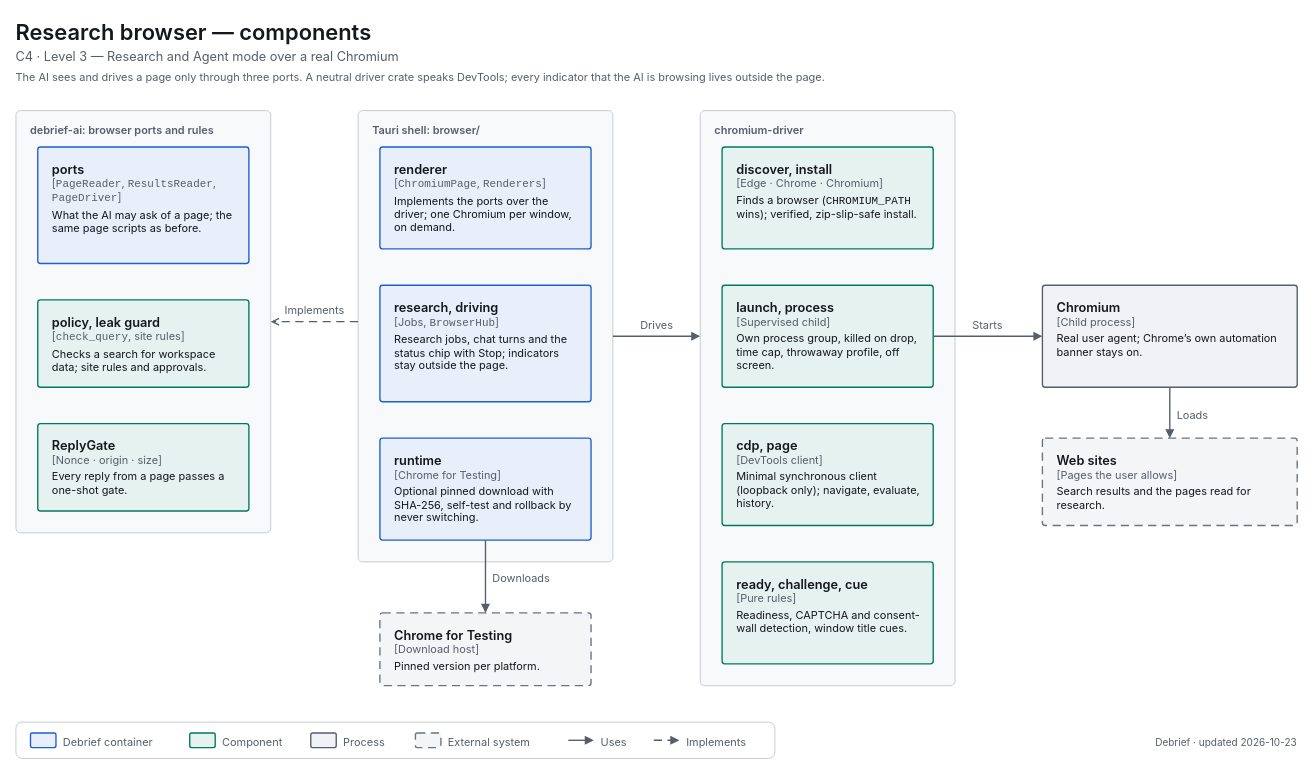
Before: apps/debrief/docs/diagrams/c4-3-research-browser.drawio in decryp7/paddock, a draw.io diagram. Source tidied: cells renumbered, new cells numbered last; positions are measured from the earlier drawing's top-left corner, leaving out a move shared by most shapes. Both pictures are drawn from the tidied source at 91%, with x=0, y=0 at pixel (15, 15).
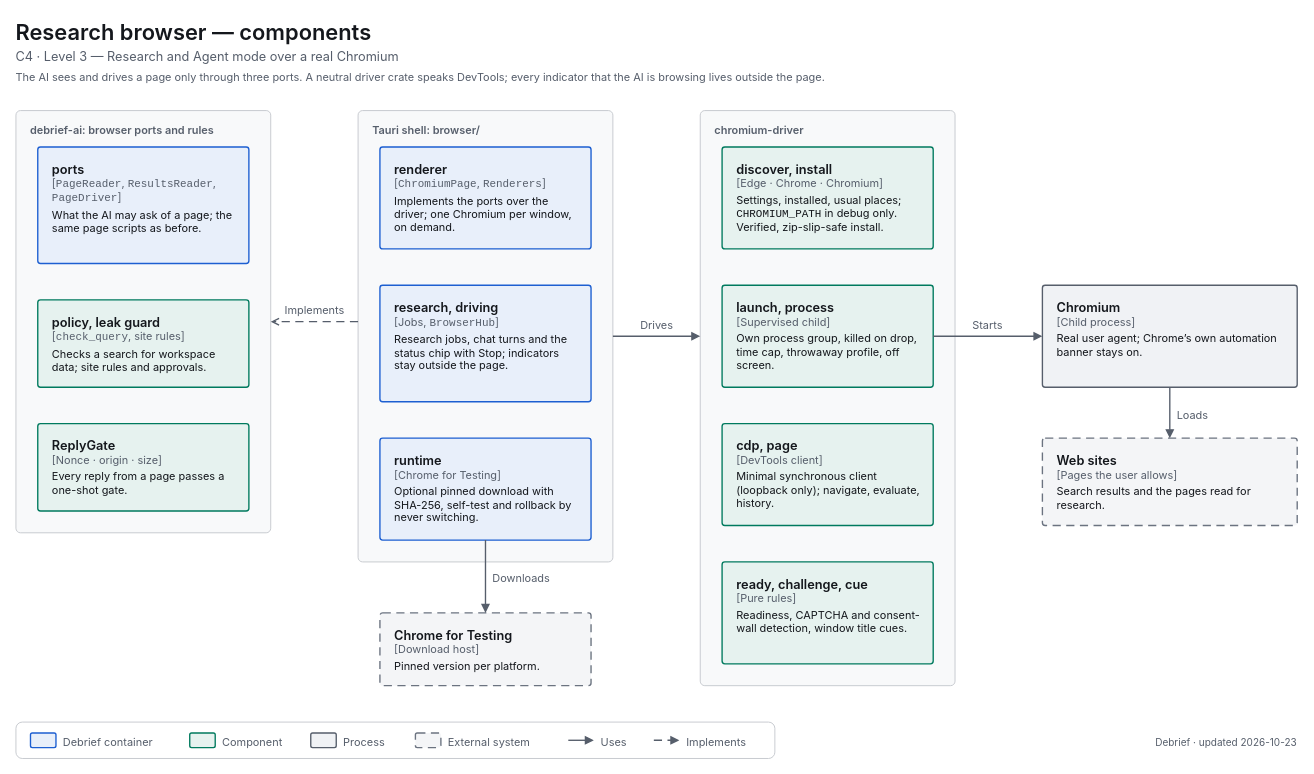
Above is the later version.

Commit message (it also covers changes not shown here):
docs(debrief): the research browser diagram says CHROMIUM_PATH is debug-only

A release build takes the browser from Settings, then the installed
Chromium, then the usual places; CHROMIUM_PATH is honoured only in debug
builds (find_with in chromium-driver/src/discover.rs, status in
browser/runtime.rs). The generator, the .drawio and the SVG export change
together; the box keeps its size.

Diff of the diagram source:
```diff
@@
-    <mxCell id="14" value="&lt;span style=&quot;font-size:14px;font-weight:600&quot;&gt;discover, install&lt;/span&gt;&lt;br&gt;&lt;span style=&quot;font-size:12px;color:light-dark(#565E6B,#A0A7B2)&quot;&gt;[Edge · Chrome · Chromium]&lt;/span&gt;&lt;br&gt;&lt;div style=&quot;margin-top:4px;font-size:12px&quot;&gt;Finds a browser (&lt;span style=&quot;font-family:ui-monospace,SF Mono,Cascadia Mono,Consolas,monospace;white-space:nowrap&quot;&gt;CHROMIUM_PATH&lt;/span&gt; wins); verified, zip-slip-safe install.&lt;/div&gt;" style="html=1;whiteSpace=wrap;fontFamily=-apple-system,BlinkMacSystemFont,Segoe UI,system-ui,sans-serif;fontSize=12;fontColor=light-dark(#14171C,#ECEEF1);rounded=1;absoluteArcSize=1;arcSize=6;strokeWidth=1.5;strokeColor=light-dark(#007A5E,#2EC4A0);fillColor=light-dark(#E6F2EF,#193330);align=left;verticalAlign=top;spacingLeft=14;spacingRight=14;spacingTop=10;spacingBottom=8;" parent="1" vertex="1">
+    <mxCell id="14" value="&lt;span style=&quot;font-size:14px;font-weight:600&quot;&gt;discover, install&lt;/span&gt;&lt;br&gt;&lt;span style=&quot;font-size:12px;color:light-dark(#565E6B,#A0A7B2)&quot;&gt;[Edge · Chrome · Chromium]&lt;/span&gt;&lt;br&gt;&lt;div style=&quot;margin-top:4px;font-size:12px&quot;&gt;Settings, installed, usual places; &lt;span style=&quot;font-family:ui-monospace,SF Mono,Cascadia Mono,Consolas,monospace;white-space:nowrap&quot;&gt;CHROMIUM_PATH&lt;/span&gt; in debug only. Verified, zip-slip-safe install.&lt;/div&gt;" style="html=1;whiteSpace=wrap;fontFamily=-apple-system,BlinkMacSystemFont,Segoe UI,system-ui,sans-serif;fontSize=12;fontColor=light-dark(#14171C,#ECEEF1);rounded=1;absoluteArcSize=1;arcSize=6;strokeWidth=1.5;strokeColor=light-dark(#007A5E,#2EC4A0);fillColor=light-dark(#E6F2EF,#193330);align=left;verticalAlign=top;spacingLeft=14;spacingRight=14;spacingTop=10;spacingBottom=8;" parent="1" vertex="1">
       <mxGeometry x="776" y="144" width="232" height="112" as="geometry" />
     </mxCell>
```
